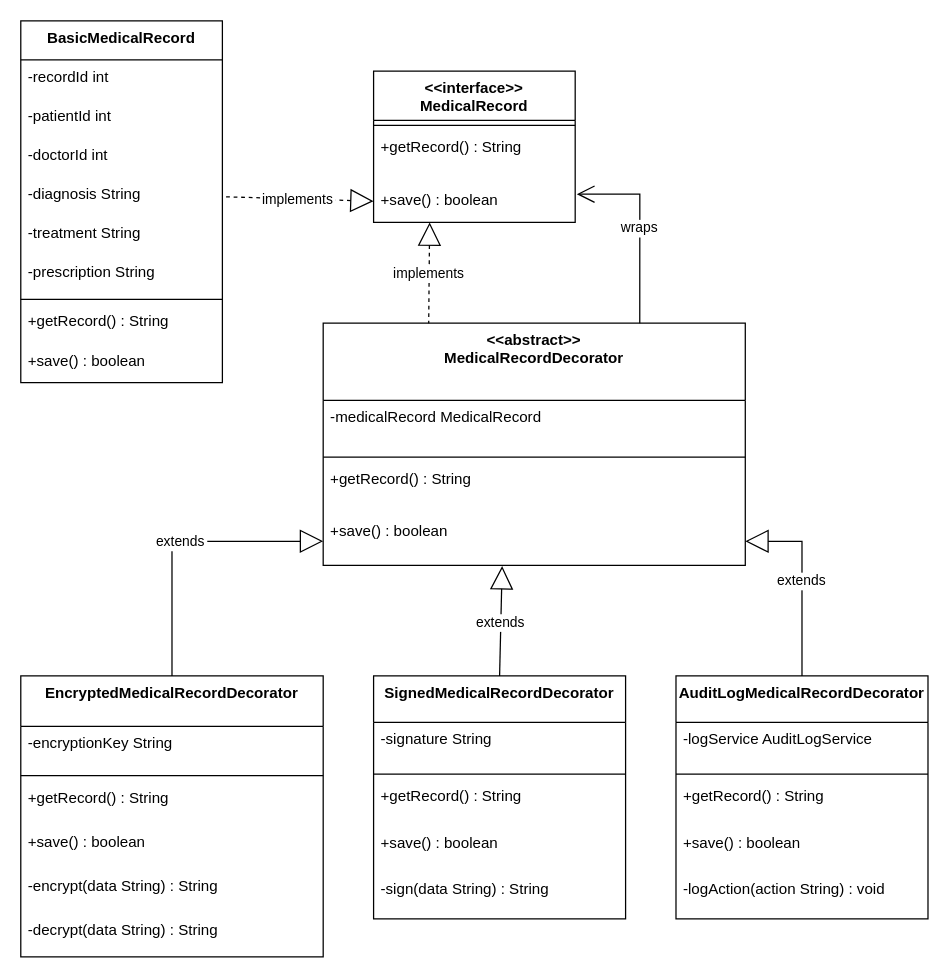
TAAgnes3110/DesignPatterns keeps this draw.io diagram as uml/Decorator.drawio. Above is the earlier version. Source tidied: cells renumbered, new cells numbered last; positions are measured from the earlier drawing's top-left corner, leaving out a move shared by most shapes. Both pictures are drawn from the tidied source at 126%, with x=0, y=0 at pixel (20, 20).
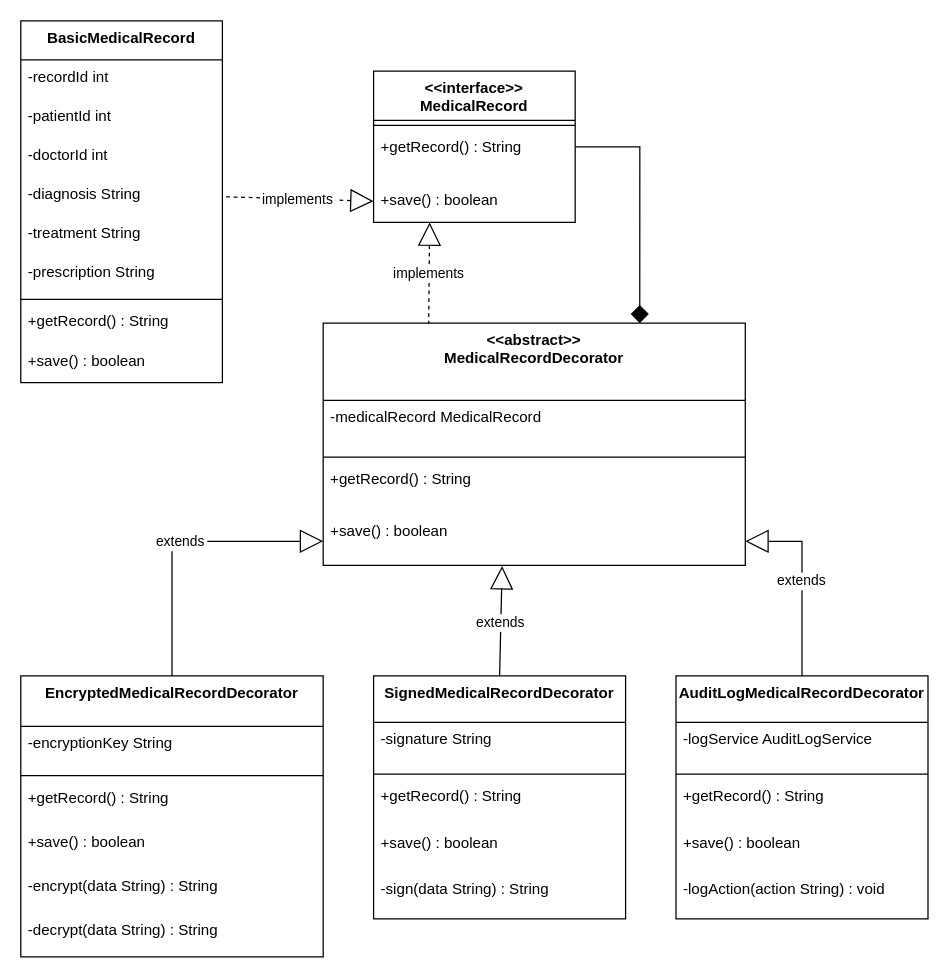
After the change.

The change refers to these unchanged cells:
```xml
<mxCell id="2" value="&lt;&lt;interface&gt;&gt;&#10;MedicalRecord" style="swimlane;fontStyle=1;align=center;verticalAlign=top;horizontal=1;startSize=39;" parent="1" vertex="1">
  <mxGeometry x="280" y="40" width="160" height="120" as="geometry" />
</mxCell>
<mxCell id="5" value="+save() : boolean" style="text;strokeColor=none;fillColor=none;align=left;verticalAlign=top;spacingLeft=4;spacingRight=4;overflow=hidden;points=[[0,0.5],[1,0.5]];portConstraint=eastwest;" parent="2" vertex="1">
  <mxGeometry y="89" width="160" height="31" as="geometry" />
</mxCell>
<mxCell id="16" value="&lt;&lt;abstract&gt;&gt;&#10;MedicalRecordDecorator" style="swimlane;fontStyle=1;align=center;verticalAlign=top;horizontal=1;startSize=61.33333333333333;" parent="1" vertex="1">
  <mxGeometry x="240" y="240" width="335" height="192.3" as="geometry" />
</mxCell>
```

Diff of the diagram source:
```diff
@@
-    <mxCell id="45" value="wraps" style="startArrow=none;endArrow=open;endSize=12;exitX=0.75;exitY=0;entryX=1.008;entryY=0.277;rounded=0;entryDx=0;entryDy=0;entryPerimeter=0;edgeStyle=orthogonalEdgeStyle;exitDx=0;exitDy=0;" parent="1" edge="1" source="16" target="5">
+    <mxCell id="45" style="startArrow=diamond;startSize=12;startFill=1;endArrow=none;exitX=0.75;exitY=0;entryX=1;entryY=0.5;rounded=0;entryDx=0;entryDy=0;entryPerimeter=0;edgeStyle=orthogonalEdgeStyle;exitDx=0;exitDy=0;" parent="1" edge="1" source="16" target="2">
       <mxGeometry relative="1" as="geometry" />
     </mxCell>
```
